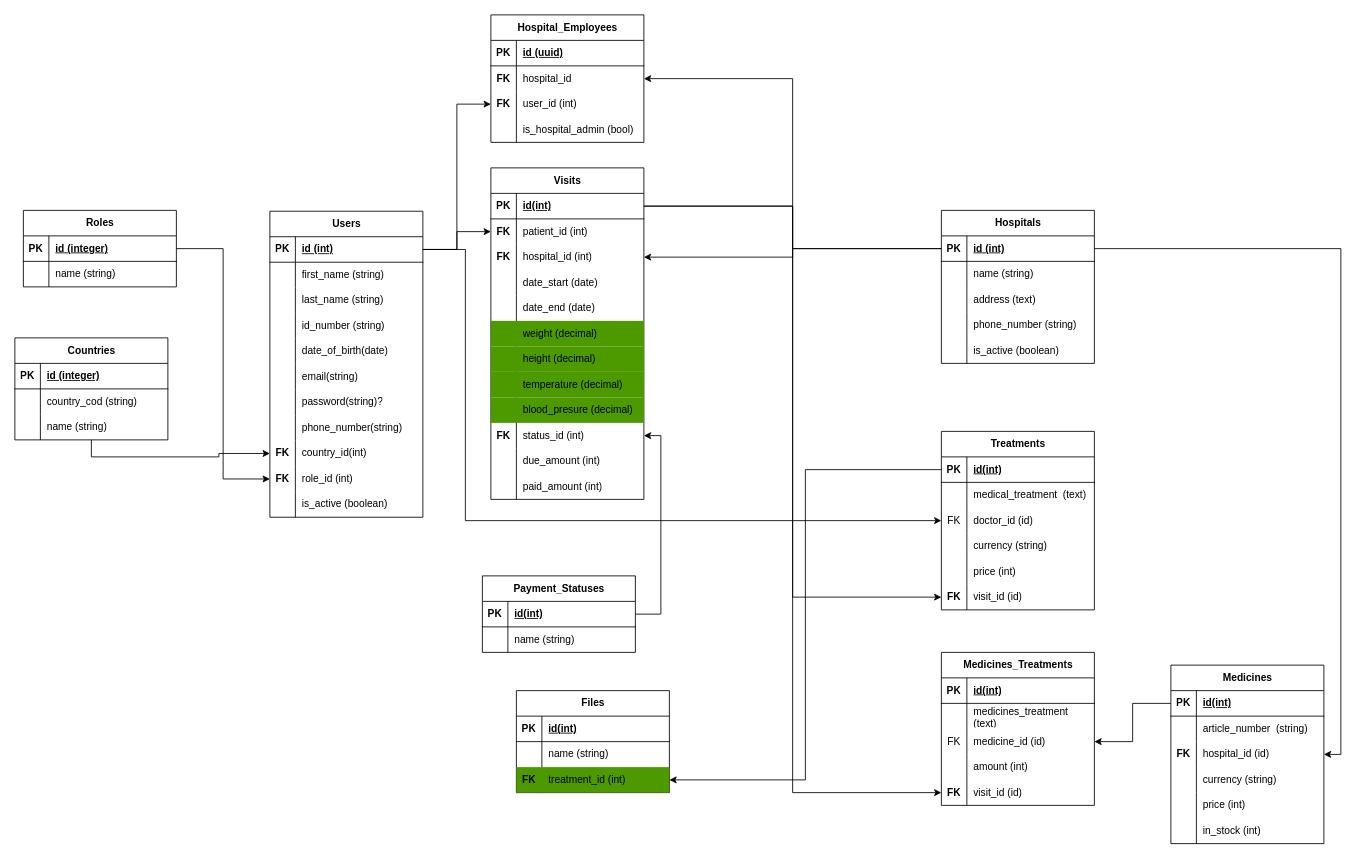
fao30/hospital-management-be keeps this draw.io diagram as Untitled Diagram.drawio. Above is the earlier version. Source tidied: cells renumbered, new cells numbered last; positions are measured from the earlier drawing's top-left corner, leaving out a move shared by most shapes. Both pictures are drawn from the tidied source at 85%, with x=0, y=0 at pixel (14, 14).
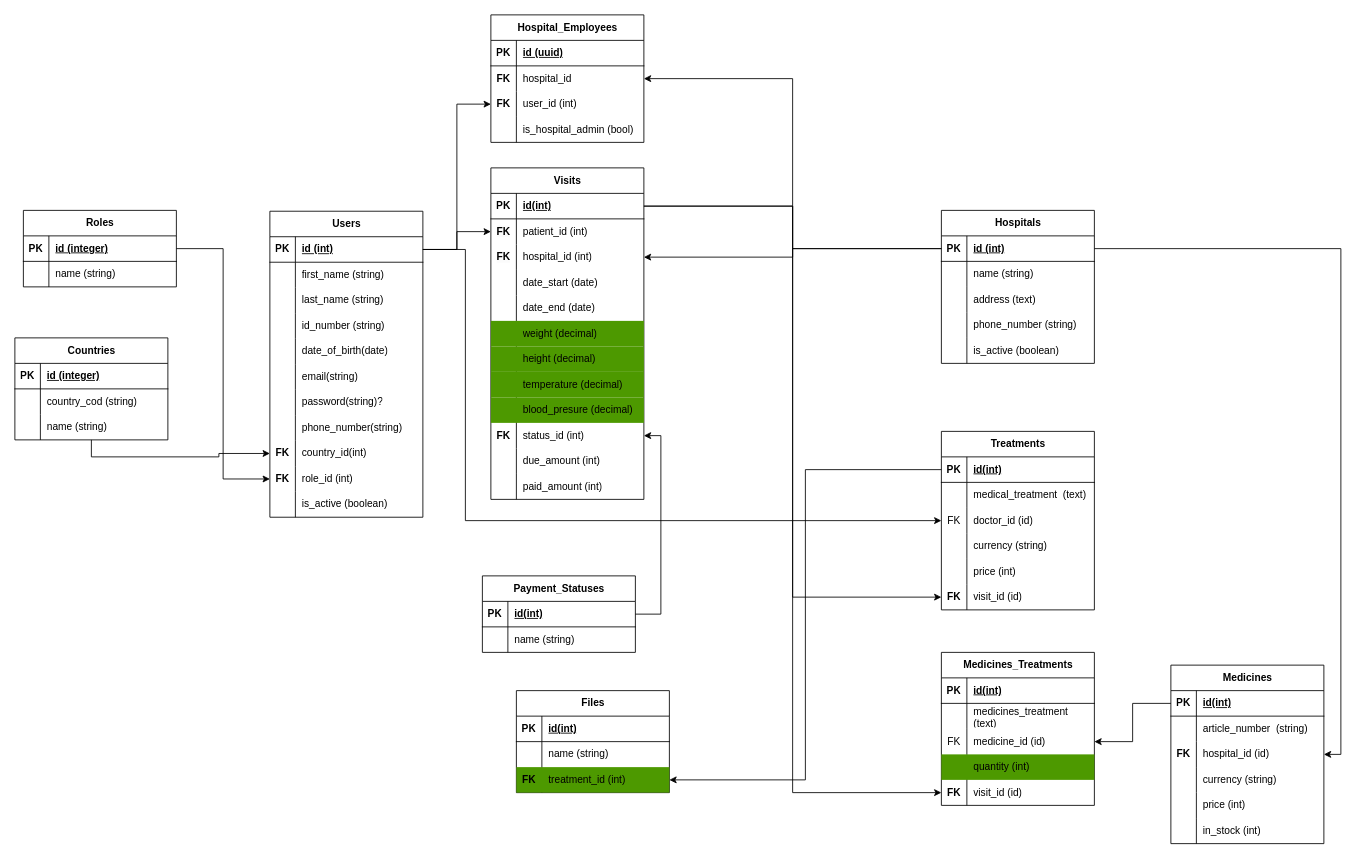
After the change.

Unchanged cells that the change refers to:
```xml
<mxCell id="174" value="Medicines_Treatments" style="shape=table;startSize=30;childLayout=tableLayout;rowLines=0;fontStyle=1;align=center;html=1;" parent="1" vertex="1">
  <mxGeometry x="1090" y="750" width="180" height="180" as="geometry" />
</mxCell>
```

Diff of the diagram source:
```diff
@@
-    <mxCell id="184" style="shape=tableRow;horizontal=0;startSize=0;swimlaneHead=0;swimlaneBody=0;fillColor=none;top=0;left=0;right=0;bottom=0;" parent="174" vertex="1">
+    <mxCell id="184" style="shape=tableRow;horizontal=0;startSize=0;swimlaneHead=0;swimlaneBody=0;fillColor=#4D9900;top=0;left=0;right=0;bottom=0;strokeColor=#4D9900;" parent="174" vertex="1">
       <mxGeometry y="120" width="180" height="30" as="geometry" />
     </mxCell>
@@
-    <mxCell id="186" value="amount (int)" style="shape=partialRectangle;fillColor=none;top=0;left=0;bottom=0;right=0;align=left;spacingLeft=6;overflow=hidden;whiteSpace=wrap;html=1;" parent="184" vertex="1">
+    <mxCell id="186" value="quantity (int)" style="shape=partialRectangle;fillColor=none;top=0;left=0;bottom=0;right=0;align=left;spacingLeft=6;overflow=hidden;whiteSpace=wrap;html=1;" parent="184" vertex="1">
       <mxGeometry x="30" width="150" height="30" as="geometry" />
     </mxCell>
```
